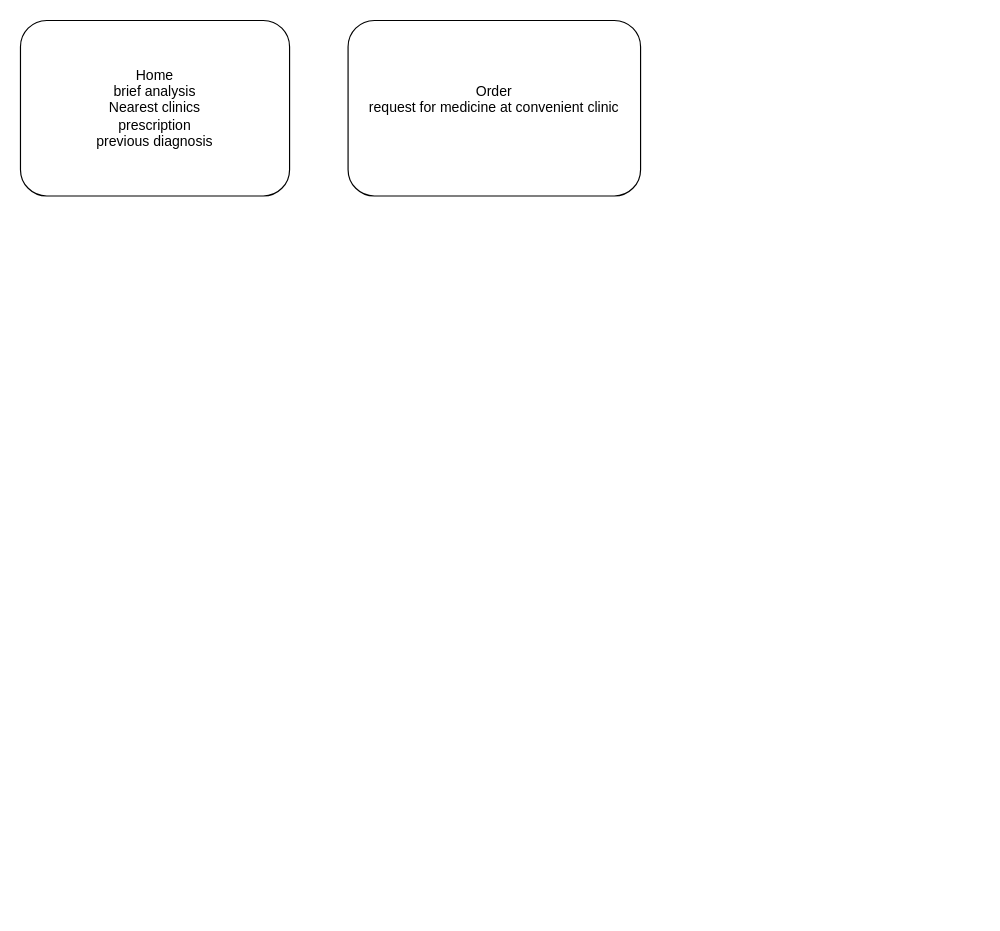
This is Flow of mind/Untitled Diagram.drawio from kalundaah/School-project, a draw.io file, before an edit. Source tidied: cells renumbered, new cells numbered last; positions are measured from the earlier drawing's top-left corner, leaving out a move shared by most shapes. Both pictures are drawn from the tidied source at 117%, with x=0, y=0 at pixel (20, 20).
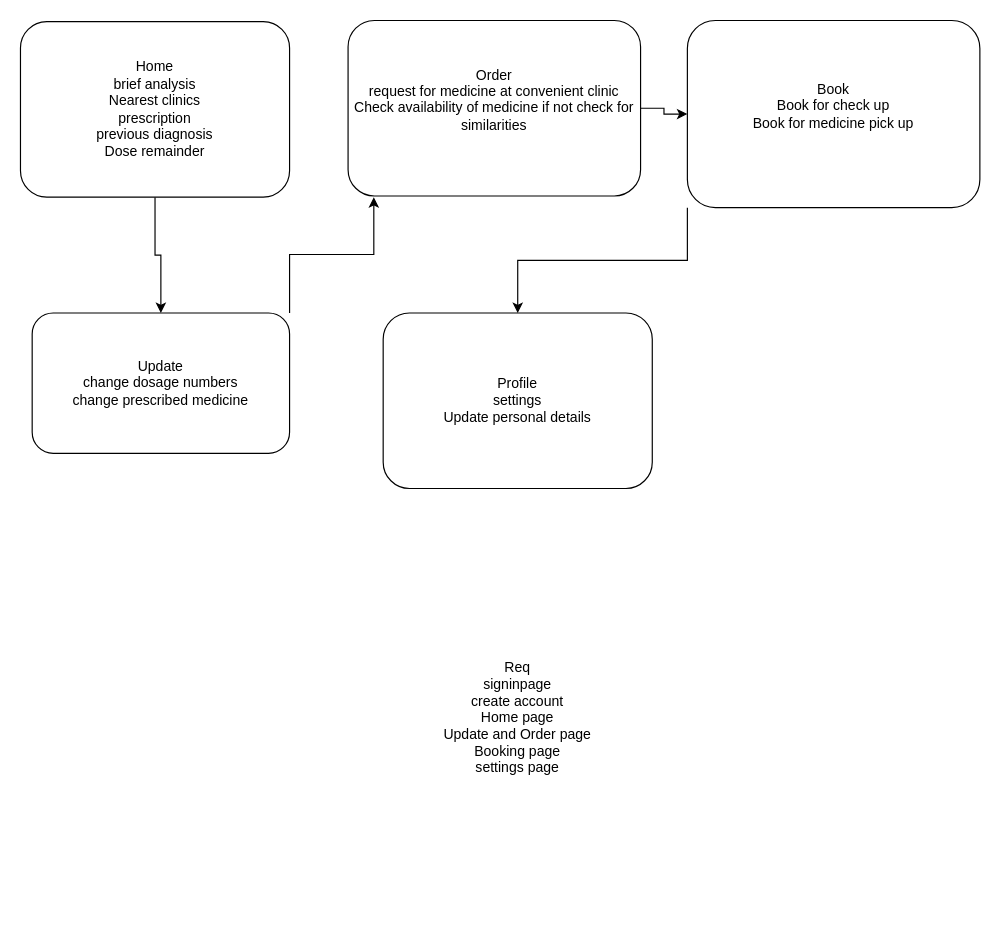
The same diagram, later.

Diff of the diagram source:
```diff
@@
 <mxGraphModel>
   <root>
     <mxCell id="0" />
     <mxCell id="1" parent="0" />
+    <mxCell id="4" style="edgeStyle=orthogonalEdgeStyle;rounded=0;jettySize=auto;html=1;exitX=0.5;exitY=1;exitDx=0;exitDy=0;entryX=0.5;entryY=0;entryDx=0;entryDy=0;" parent="1" edge="1" source="2" target="9">
+      <mxGeometry relative="1" as="geometry" />
+    </mxCell>
-    <mxCell id="2" value="&lt;div&gt;Home&lt;/div&gt;&lt;div&gt;brief analysis&lt;/div&gt;&lt;div&gt;Nearest clinics&lt;/div&gt;&lt;div&gt;prescription&lt;/div&gt;&lt;div&gt;previous diagnosis&lt;br&gt;&lt;/div&gt;" style="rounded=1;whiteSpace=wrap;html=1;" parent="1" vertex="1">
-      <mxGeometry width="230" height="150" as="geometry" />
+    <mxCell id="2" value="&lt;div&gt;Home&lt;/div&gt;&lt;div&gt;brief analysis&lt;/div&gt;&lt;div&gt;Nearest clinics&lt;/div&gt;&lt;div&gt;prescription&lt;/div&gt;&lt;div&gt;previous diagnosis&lt;/div&gt;&lt;div&gt;Dose remainder&lt;br&gt;&lt;/div&gt;" style="rounded=1;whiteSpace=wrap;html=1;" parent="1" vertex="1">
+      <mxGeometry y="1" width="230" height="150" as="geometry" />
     </mxCell>
+    <mxCell id="5" style="edgeStyle=orthogonalEdgeStyle;rounded=0;jettySize=auto;html=1;exitX=1;exitY=0.5;exitDx=0;exitDy=0;entryX=0;entryY=0.5;entryDx=0;entryDy=0;" parent="1" edge="1" source="3" target="7">
+      <mxGeometry relative="1" as="geometry" />
+    </mxCell>
-    <mxCell id="3" value="&lt;div&gt;Order&lt;/div&gt;&lt;div&gt;request for medicine at convenient clinic&lt;/div&gt;&lt;div&gt;&lt;br&gt;&lt;/div&gt;" style="rounded=1;whiteSpace=wrap;html=1;" parent="1" vertex="1">
+    <mxCell id="3" value="&lt;div&gt;Order&lt;/div&gt;&lt;div&gt;request for medicine at convenient clinic&lt;/div&gt;&lt;div&gt;Check availability of medicine if not check for similarities&lt;/div&gt;&lt;div&gt;&lt;br&gt;&lt;/div&gt;" style="rounded=1;whiteSpace=wrap;html=1;" parent="1" vertex="1">
       <mxGeometry x="280" width="250" height="150" as="geometry" />
     </mxCell>
+    <mxCell id="6" style="edgeStyle=orthogonalEdgeStyle;rounded=0;jettySize=auto;html=1;exitX=0;exitY=1;exitDx=0;exitDy=0;" parent="1" edge="1" source="7" target="10">
+      <mxGeometry relative="1" as="geometry" />
+    </mxCell>
+    <mxCell id="7" value="&lt;div&gt;Book&lt;/div&gt;&lt;div&gt;Book for check up&lt;/div&gt;&lt;div&gt;Book for medicine pick up&lt;/div&gt;&lt;div&gt;&lt;br&gt;&lt;/div&gt;" style="rounded=1;whiteSpace=wrap;html=1;" parent="1" vertex="1">
+      <mxGeometry x="570" width="250" height="160" as="geometry" />
+    </mxCell>
+    <mxCell id="8" style="edgeStyle=orthogonalEdgeStyle;rounded=0;jettySize=auto;html=1;exitX=1;exitY=0;exitDx=0;exitDy=0;entryX=0.088;entryY=1.007;entryDx=0;entryDy=0;entryPerimeter=0;" parent="1" edge="1" source="9" target="3">
+      <mxGeometry relative="1" as="geometry" />
+    </mxCell>
+    <mxCell id="9" value="&lt;div&gt;Update&lt;/div&gt;&lt;div&gt;change dosage numbers&lt;/div&gt;&lt;div&gt;change prescribed medicine&lt;br&gt;&lt;/div&gt;" style="rounded=1;whiteSpace=wrap;html=1;" parent="1" vertex="1">
+      <mxGeometry x="10" y="250" width="220" height="120" as="geometry" />
+    </mxCell>
+    <mxCell id="10" value="&lt;div&gt;Profile&lt;/div&gt;&lt;div&gt;settings&lt;/div&gt;&lt;div&gt;Update personal details&lt;br&gt;&lt;/div&gt;" style="rounded=1;whiteSpace=wrap;html=1;" parent="1" vertex="1">
+      <mxGeometry x="310" y="250" width="230" height="150" as="geometry" />
+    </mxCell>
+    <mxCell id="11" value="&lt;div&gt;Req &lt;br&gt;&lt;/div&gt;&lt;div&gt;signinpage&lt;/div&gt;&lt;div&gt;create account&lt;/div&gt;&lt;div&gt;Home page&lt;/div&gt;&lt;div&gt;Update and Order page&lt;/div&gt;&lt;div&gt;Booking page&lt;/div&gt;settings page" style="text;html=1;strokeColor=none;fillColor=none;align=center;verticalAlign=middle;whiteSpace=wrap;rounded=0;" parent="1" vertex="1">
+      <mxGeometry x="120" y="431" width="610" height="330" as="geometry" />
+    </mxCell>
   </root>
 </mxGraphModel>
```
